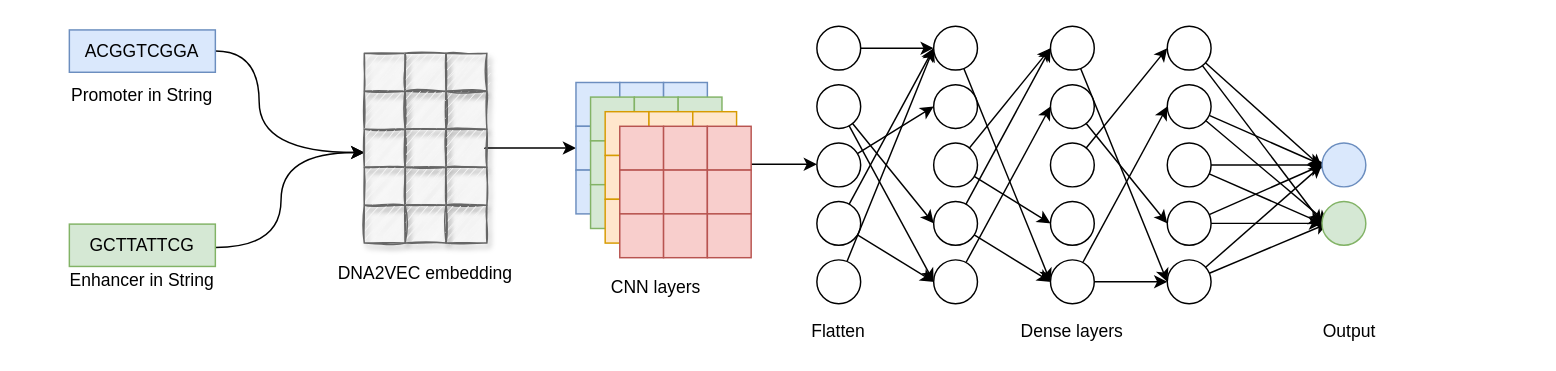
NaiveTom/draw.io keeps this draw.io diagram as embedding_cnn_one_branch.drawio. Above is the earlier version. Source tidied: cells renumbered, new cells numbered last; positions are measured from the earlier drawing's top-left corner, leaving out a move shared by most shapes. Both pictures are drawn from the tidied source at 146%, with x=0, y=0 at pixel (25, 25).
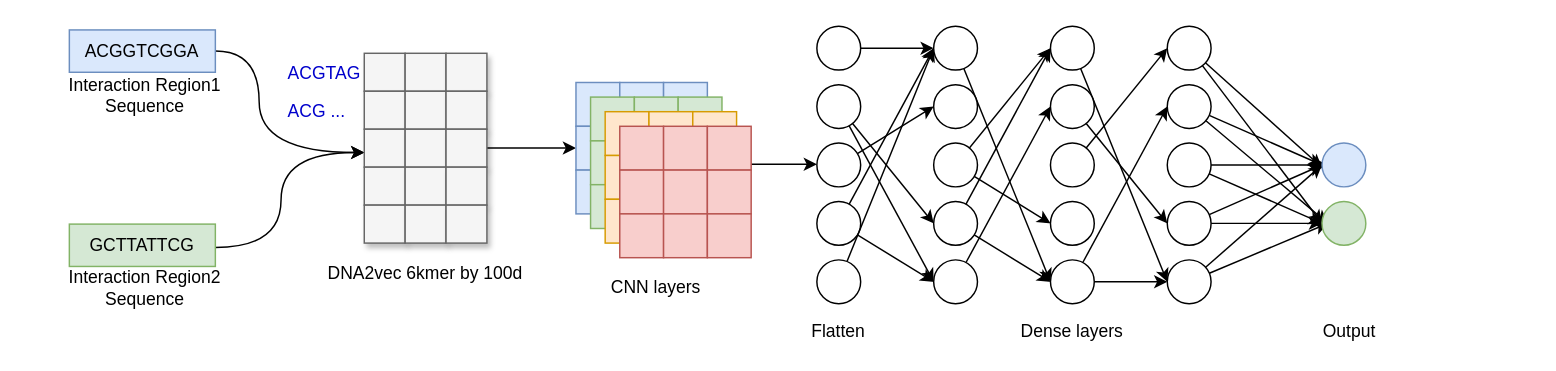
The same diagram, later.

What changed in the source:
```diff
@@
-    <mxCell id="3" value="&lt;div&gt;Promoter in String&lt;/div&gt;" style="text;html=1;strokeColor=none;fillColor=none;align=center;verticalAlign=middle;whiteSpace=wrap;rounded=0;" parent="1" vertex="1">
-      <mxGeometry y="38" width="160" height="20" as="geometry" />
-    </mxCell>
@@
-    <mxCell id="5" value="&lt;div&gt;Enhancer in String&lt;/div&gt;" style="text;html=1;strokeColor=none;fillColor=none;align=center;verticalAlign=middle;whiteSpace=wrap;rounded=0;" parent="1" vertex="1">
-      <mxGeometry y="165" width="160" height="20" as="geometry" />
-    </mxCell>
@@
-    <mxCell id="8" style="rounded=0;whiteSpace=wrap;html=1;shadow=1;glass=0;sketch=1;fillColor=#f5f5f5;strokeColor=#666666;fontColor=#333333;" parent="1" vertex="1">
+    <mxCell id="8" style="rounded=0;whiteSpace=wrap;html=1;shadow=1;glass=0;sketch=0;fillColor=#f5f5f5;strokeColor=#666666;fontColor=#333333;" parent="1" vertex="1">
       <mxGeometry x="232" y="19" width="28" height="26" as="geometry" />
     </mxCell>
@@
-    <mxCell id="10" value="DNA2VEC embedding" style="text;html=1;strokeColor=none;fillColor=none;align=center;verticalAlign=middle;whiteSpace=wrap;rounded=0;" parent="1" vertex="1">
+    <mxCell id="10" value="DNA2vec 6kmer by 100d" style="text;html=1;strokeColor=none;fillColor=none;align=center;verticalAlign=middle;whiteSpace=wrap;rounded=0;" parent="1" vertex="1">
       <mxGeometry x="194" y="160" width="160" height="20" as="geometry" />
     </mxCell>
@@
-    <mxCell id="47" style="rounded=0;whiteSpace=wrap;html=1;shadow=1;glass=0;sketch=1;fillColor=#f5f5f5;strokeColor=#666666;fontColor=#333333;" parent="1" vertex="1">
+    <mxCell id="47" style="rounded=0;whiteSpace=wrap;html=1;shadow=1;glass=0;sketch=0;fillColor=#f5f5f5;strokeColor=#666666;fontColor=#333333;" parent="1" vertex="1">
       <mxGeometry x="260" y="19" width="28" height="26" as="geometry" />
     </mxCell>
-    <mxCell id="48" style="rounded=0;whiteSpace=wrap;html=1;shadow=1;glass=0;sketch=1;fillColor=#f5f5f5;strokeColor=#666666;fontColor=#333333;" parent="1" vertex="1">
+    <mxCell id="48" style="rounded=0;whiteSpace=wrap;html=1;shadow=1;glass=0;sketch=0;fillColor=#f5f5f5;strokeColor=#666666;fontColor=#333333;" parent="1" vertex="1">
       <mxGeometry x="288" y="19" width="28" height="26" as="geometry" />
     </mxCell>
-    <mxCell id="49" style="rounded=0;whiteSpace=wrap;html=1;shadow=1;glass=0;sketch=1;fillColor=#f5f5f5;strokeColor=#666666;fontColor=#333333;" parent="1" vertex="1">
+    <mxCell id="49" style="rounded=0;whiteSpace=wrap;html=1;shadow=1;glass=0;sketch=0;fillColor=#f5f5f5;strokeColor=#666666;fontColor=#333333;" parent="1" vertex="1">
       <mxGeometry x="232" y="45" width="28" height="26" as="geometry" />
     </mxCell>
-    <mxCell id="50" style="rounded=0;whiteSpace=wrap;html=1;shadow=1;glass=0;sketch=1;fillColor=#f5f5f5;strokeColor=#666666;fontColor=#333333;" parent="1" vertex="1">
+    <mxCell id="50" style="rounded=0;whiteSpace=wrap;html=1;shadow=1;glass=0;sketch=0;fillColor=#f5f5f5;strokeColor=#666666;fontColor=#333333;" parent="1" vertex="1">
       <mxGeometry x="260" y="45" width="28" height="26" as="geometry" />
     </mxCell>
-    <mxCell id="51" style="rounded=0;whiteSpace=wrap;html=1;shadow=1;glass=0;sketch=1;fillColor=#f5f5f5;strokeColor=#666666;fontColor=#333333;" parent="1" vertex="1">
+    <mxCell id="51" style="rounded=0;whiteSpace=wrap;html=1;shadow=1;glass=0;sketch=0;fillColor=#f5f5f5;strokeColor=#666666;fontColor=#333333;" parent="1" vertex="1">
       <mxGeometry x="288" y="45" width="28" height="26" as="geometry" />
     </mxCell>
-    <mxCell id="52" style="rounded=0;whiteSpace=wrap;html=1;shadow=1;glass=0;sketch=1;fillColor=#f5f5f5;strokeColor=#666666;fontColor=#333333;" parent="1" vertex="1">
+    <mxCell id="52" style="rounded=0;whiteSpace=wrap;html=1;shadow=1;glass=0;sketch=0;fillColor=#f5f5f5;strokeColor=#666666;fontColor=#333333;" parent="1" vertex="1">
       <mxGeometry x="232" y="71" width="28" height="26" as="geometry" />
     </mxCell>
-    <mxCell id="53" style="rounded=0;whiteSpace=wrap;html=1;shadow=1;glass=0;sketch=1;fillColor=#f5f5f5;strokeColor=#666666;fontColor=#333333;" parent="1" vertex="1">
+    <mxCell id="53" style="rounded=0;whiteSpace=wrap;html=1;shadow=1;glass=0;sketch=0;fillColor=#f5f5f5;strokeColor=#666666;fontColor=#333333;" parent="1" vertex="1">
       <mxGeometry x="260" y="71" width="28" height="26" as="geometry" />
     </mxCell>
-    <mxCell id="54" style="rounded=0;whiteSpace=wrap;html=1;shadow=1;glass=0;sketch=1;fillColor=#f5f5f5;strokeColor=#666666;fontColor=#333333;" parent="1" vertex="1">
+    <mxCell id="54" style="rounded=0;whiteSpace=wrap;html=1;shadow=1;glass=0;sketch=0;fillColor=#f5f5f5;strokeColor=#666666;fontColor=#333333;" parent="1" vertex="1">
       <mxGeometry x="288" y="71" width="28" height="26" as="geometry" />
     </mxCell>
-    <mxCell id="55" style="rounded=0;whiteSpace=wrap;html=1;shadow=1;glass=0;sketch=1;fillColor=#f5f5f5;strokeColor=#666666;fontColor=#333333;" parent="1" vertex="1">
+    <mxCell id="55" style="rounded=0;whiteSpace=wrap;html=1;shadow=1;glass=0;sketch=0;fillColor=#f5f5f5;strokeColor=#666666;fontColor=#333333;" parent="1" vertex="1">
       <mxGeometry x="232" y="97" width="28" height="26" as="geometry" />
     </mxCell>
-    <mxCell id="56" style="rounded=0;whiteSpace=wrap;html=1;shadow=1;glass=0;sketch=1;fillColor=#f5f5f5;strokeColor=#666666;fontColor=#333333;" parent="1" vertex="1">
+    <mxCell id="56" style="rounded=0;whiteSpace=wrap;html=1;shadow=1;glass=0;sketch=0;fillColor=#f5f5f5;strokeColor=#666666;fontColor=#333333;" parent="1" vertex="1">
       <mxGeometry x="260" y="97" width="28" height="26" as="geometry" />
     </mxCell>
-    <mxCell id="57" style="rounded=0;whiteSpace=wrap;html=1;shadow=1;glass=0;sketch=1;fillColor=#f5f5f5;strokeColor=#666666;fontColor=#333333;" parent="1" vertex="1">
+    <mxCell id="57" style="rounded=0;whiteSpace=wrap;html=1;shadow=1;glass=0;sketch=0;fillColor=#f5f5f5;strokeColor=#666666;fontColor=#333333;" parent="1" vertex="1">
       <mxGeometry x="288" y="97" width="28" height="26" as="geometry" />
     </mxCell>
-    <mxCell id="58" style="rounded=0;whiteSpace=wrap;html=1;shadow=1;glass=0;sketch=1;fillColor=#f5f5f5;strokeColor=#666666;fontColor=#333333;" parent="1" vertex="1">
+    <mxCell id="58" style="rounded=0;whiteSpace=wrap;html=1;shadow=1;glass=0;sketch=0;fillColor=#f5f5f5;strokeColor=#666666;fontColor=#333333;" parent="1" vertex="1">
       <mxGeometry x="232" y="123" width="28" height="26" as="geometry" />
     </mxCell>
-    <mxCell id="59" style="rounded=0;whiteSpace=wrap;html=1;shadow=1;glass=0;sketch=1;fillColor=#f5f5f5;strokeColor=#666666;fontColor=#333333;" parent="1" vertex="1">
+    <mxCell id="59" style="rounded=0;whiteSpace=wrap;html=1;shadow=1;glass=0;sketch=0;fillColor=#f5f5f5;strokeColor=#666666;fontColor=#333333;" parent="1" vertex="1">
       <mxGeometry x="260" y="123" width="28" height="26" as="geometry" />
     </mxCell>
-    <mxCell id="60" style="rounded=0;whiteSpace=wrap;html=1;shadow=1;glass=0;sketch=1;fillColor=#f5f5f5;strokeColor=#666666;fontColor=#333333;" parent="1" vertex="1">
+    <mxCell id="60" style="rounded=0;whiteSpace=wrap;html=1;shadow=1;glass=0;sketch=0;fillColor=#f5f5f5;strokeColor=#666666;fontColor=#333333;" parent="1" vertex="1">
       <mxGeometry x="288" y="123" width="28" height="26" as="geometry" />
     </mxCell>
@@
+    <mxCell id="116" value="&lt;font color=&quot;#0000CC&quot;&gt;ACGTAG&lt;/font&gt;" style="text;whiteSpace=wrap;html=1;" parent="1" vertex="1">
+      <mxGeometry x="178" y="19" width="70" height="30" as="geometry" />
+    </mxCell>
+    <mxCell id="117" value="&lt;font color=&quot;#0000CC&quot;&gt;ACG ...&lt;/font&gt;" style="text;whiteSpace=wrap;html=1;" parent="1" vertex="1">
+      <mxGeometry x="178" y="45" width="70" height="30" as="geometry" />
+    </mxCell>
+    <mxCell id="118" value="Interaction Region1 Sequence" style="text;html=1;strokeColor=none;fillColor=none;align=center;verticalAlign=middle;whiteSpace=wrap;rounded=0;" parent="1" vertex="1">
+      <mxGeometry x="2" y="38" width="160" height="20" as="geometry" />
+    </mxCell>
+    <mxCell id="119" value="Interaction Region2 Sequence" style="text;html=1;strokeColor=none;fillColor=none;align=center;verticalAlign=middle;whiteSpace=wrap;rounded=0;" parent="1" vertex="1">
+      <mxGeometry x="2" y="170" width="160" height="20" as="geometry" />
+    </mxCell>
```
